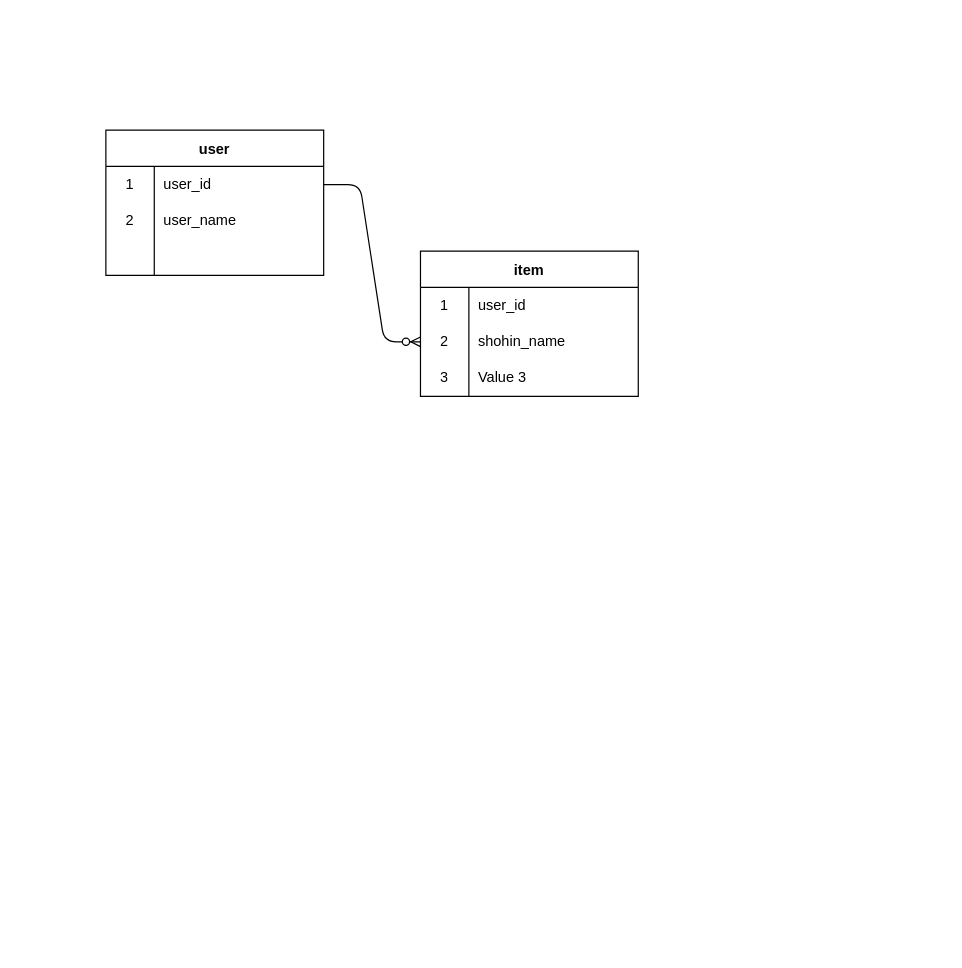
Above: ER.dio in tsujiyuma/furima-40329 (draw.io), before the change. Source tidied: cells renumbered, new cells numbered last; positions are measured from the earlier drawing's top-left corner, leaving out a move shared by most shapes. Both pictures are drawn from the tidied source at 121%, with x=0, y=0 at pixel (105, 129).
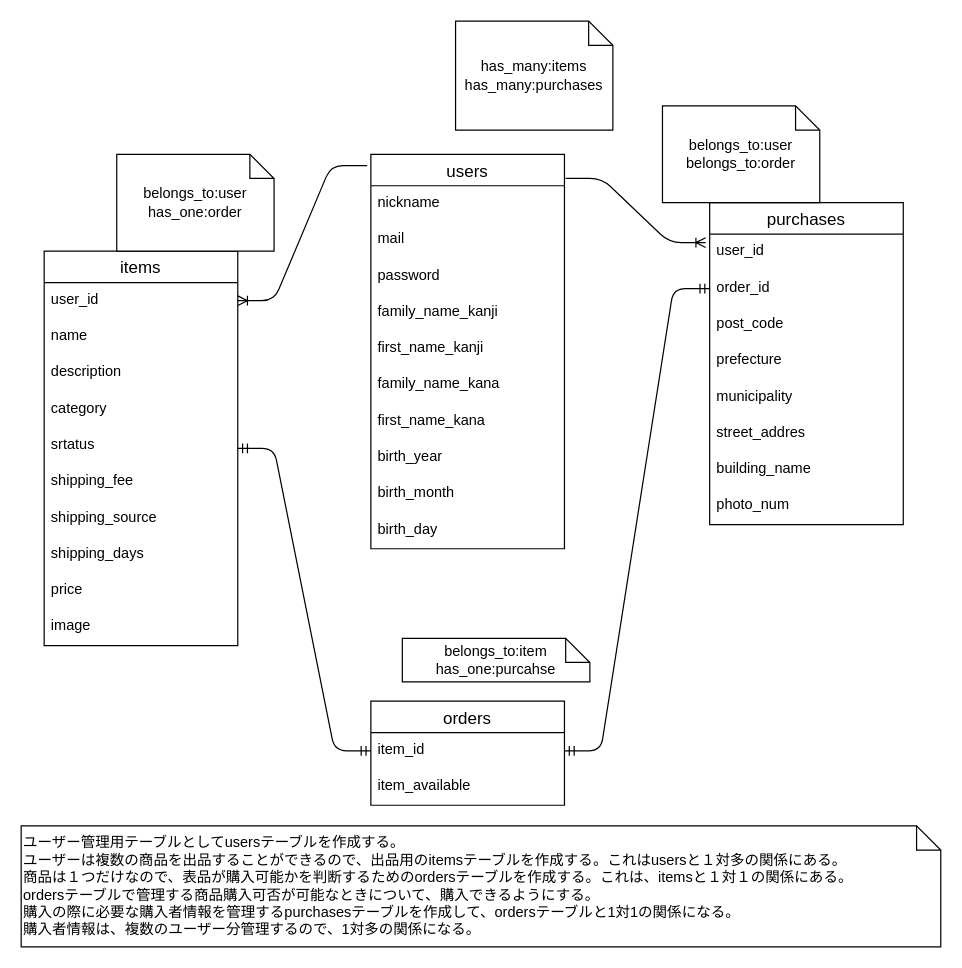
The same diagram, later.

The edit, as a diff of the source:
```diff
@@
-    <mxCell id="2" value="user" style="shape=table;startSize=30;childLayout=tableLayout;rowLines=0;fontStyle=1;" parent="1" vertex="1">
-      <mxGeometry width="180" height="120" as="geometry" />
-    </mxCell>
-    <mxCell id="3" style="shape=tableRow;horizontal=0;startSize=0;swimlaneHead=0;swimlaneBody=0;top=0;left=0;bottom=0;right=0;fillColor=none;points=[[0,0.5],[1,0.5]];portConstraint=eastwest;" parent="2" vertex="1">
-      <mxGeometry y="30" width="180" height="30" as="geometry" />
-    </mxCell>
-    <mxCell id="4" value="1" style="shape=partialRectangle;html=1;whiteSpace=wrap;fillColor=none;top=0;left=0;bottom=0;right=0;overflow=hidden;" parent="3" vertex="1">
-      <mxGeometry width="40" height="30" as="geometry" />
-    </mxCell>
-    <mxCell id="5" value="user_id" style="shape=partialRectangle;html=1;whiteSpace=wrap;fillColor=none;top=0;left=0;bottom=0;right=0;align=left;spacingLeft=6;overflow=hidden;" parent="3" vertex="1">
-      <mxGeometry x="40" width="140" height="30" as="geometry" />
-    </mxCell>
-    <mxCell id="6" style="shape=tableRow;horizontal=0;startSize=0;swimlaneHead=0;swimlaneBody=0;top=0;left=0;bottom=0;right=0;fillColor=none;" parent="2" vertex="1">
-      <mxGeometry y="60" width="180" height="30" as="geometry" />
-    </mxCell>
-    <mxCell id="7" value="2" style="shape=partialRectangle;html=1;whiteSpace=wrap;fillColor=none;top=0;left=0;bottom=0;right=0;overflow=hidden;" parent="6" vertex="1">
-      <mxGeometry width="40" height="30" as="geometry" />
-    </mxCell>
-    <mxCell id="8" value="user_name" style="shape=partialRectangle;html=1;whiteSpace=wrap;fillColor=none;top=0;left=0;bottom=0;right=0;align=left;spacingLeft=6;overflow=hidden;" parent="6" vertex="1">
-      <mxGeometry x="40" width="140" height="30" as="geometry" />
-    </mxCell>
-    <mxCell id="9" style="shape=tableRow;horizontal=0;startSize=0;swimlaneHead=0;swimlaneBody=0;top=0;left=0;bottom=0;right=0;fillColor=none;" parent="2" vertex="1">
-      <mxGeometry y="90" width="180" height="30" as="geometry" />
-    </mxCell>
-    <mxCell id="10" style="shape=partialRectangle;html=1;whiteSpace=wrap;fillColor=none;top=0;left=0;bottom=0;right=0;overflow=hidden;" parent="9" vertex="1">
-      <mxGeometry width="40" height="30" as="geometry" />
-    </mxCell>
-    <mxCell id="11" style="shape=partialRectangle;html=1;whiteSpace=wrap;fillColor=none;top=0;left=0;bottom=0;right=0;align=left;spacingLeft=6;overflow=hidden;" parent="9" vertex="1">
-      <mxGeometry x="40" width="140" height="30" as="geometry" />
-    </mxCell>
-    <mxCell id="12" value="item" style="shape=table;startSize=30;childLayout=tableLayout;rowLines=0;fontStyle=1;" parent="1" vertex="1">
-      <mxGeometry x="260" y="100" width="180" height="120" as="geometry" />
-    </mxCell>
-    <mxCell id="13" style="shape=tableRow;horizontal=0;startSize=0;swimlaneHead=0;swimlaneBody=0;top=0;left=0;bottom=0;right=0;fillColor=none;" parent="12" vertex="1">
-      <mxGeometry y="30" width="180" height="30" as="geometry" />
-    </mxCell>
-    <mxCell id="14" value="1" style="shape=partialRectangle;html=1;whiteSpace=wrap;fillColor=none;top=0;left=0;bottom=0;right=0;overflow=hidden;" parent="13" vertex="1">
-      <mxGeometry width="40" height="30" as="geometry" />
-    </mxCell>
-    <mxCell id="15" value="user_id" style="shape=partialRectangle;html=1;whiteSpace=wrap;fillColor=none;top=0;left=0;bottom=0;right=0;align=left;spacingLeft=6;overflow=hidden;" parent="13" vertex="1">
-      <mxGeometry x="40" width="140" height="30" as="geometry" />
-    </mxCell>
-    <mxCell id="16" style="shape=tableRow;horizontal=0;startSize=0;swimlaneHead=0;swimlaneBody=0;top=0;left=0;bottom=0;right=0;fillColor=none;points=[[0,0.5],[1,0.5]];portConstraint=eastwest;" parent="12" vertex="1">
-      <mxGeometry y="60" width="180" height="30" as="geometry" />
-    </mxCell>
-    <mxCell id="17" value="2" style="shape=partialRectangle;html=1;whiteSpace=wrap;fillColor=none;top=0;left=0;bottom=0;right=0;overflow=hidden;" parent="16" vertex="1">
-      <mxGeometry width="40" height="30" as="geometry" />
-    </mxCell>
-    <mxCell id="18" value="shohin_name" style="shape=partialRectangle;html=1;whiteSpace=wrap;fillColor=none;top=0;left=0;bottom=0;right=0;align=left;spacingLeft=6;overflow=hidden;" parent="16" vertex="1">
-      <mxGeometry x="40" width="140" height="30" as="geometry" />
-    </mxCell>
-    <mxCell id="19" style="shape=tableRow;horizontal=0;startSize=0;swimlaneHead=0;swimlaneBody=0;top=0;left=0;bottom=0;right=0;fillColor=none;" parent="12" vertex="1">
-      <mxGeometry y="90" width="180" height="30" as="geometry" />
-    </mxCell>
-    <mxCell id="20" value="3" style="shape=partialRectangle;html=1;whiteSpace=wrap;fillColor=none;top=0;left=0;bottom=0;right=0;overflow=hidden;" parent="19" vertex="1">
-      <mxGeometry width="40" height="30" as="geometry" />
-    </mxCell>
-    <mxCell id="21" value="Value 3" style="shape=partialRectangle;html=1;whiteSpace=wrap;fillColor=none;top=0;left=0;bottom=0;right=0;align=left;spacingLeft=6;overflow=hidden;" parent="19" vertex="1">
-      <mxGeometry x="40" width="140" height="30" as="geometry" />
-    </mxCell>
-    <mxCell id="22" style="edgeStyle=entityRelationEdgeStyle;fontSize=12;html=1;endArrow=ERzeroToMany;endFill=1;exitX=1;exitY=0.5;exitDx=0;exitDy=0;" parent="1" edge="1" source="3" target="16">
-      <mxGeometry relative="1" as="geometry" />
-    </mxCell>
+    <mxCell id="23" value="users" style="swimlane;fontStyle=0;horizontal=1;startSize=26;align=center;fontSize=14;" parent="1" vertex="1">
+      <mxGeometry x="219" y="20" width="160" height="326" as="geometry" />
+    </mxCell>
+    <mxCell id="24" value="nickname" style="text;strokeColor=none;fillColor=none;spacingLeft=4;spacingRight=4;overflow=hidden;fontSize=12;" parent="23" vertex="1">
+      <mxGeometry y="26" width="160" height="30" as="geometry" />
+    </mxCell>
+    <mxCell id="25" value="mail" style="text;strokeColor=none;fillColor=none;spacingLeft=4;spacingRight=4;overflow=hidden;fontSize=12;" parent="23" vertex="1">
+      <mxGeometry y="56" width="160" height="30" as="geometry" />
+    </mxCell>
+    <mxCell id="26" value="password" style="text;strokeColor=none;fillColor=none;spacingLeft=4;spacingRight=4;overflow=hidden;fontSize=12;" parent="23" vertex="1">
+      <mxGeometry y="86" width="160" height="30" as="geometry" />
+    </mxCell>
+    <mxCell id="27" value="family_name_kanji" style="text;strokeColor=none;fillColor=none;spacingLeft=4;spacingRight=4;overflow=hidden;fontSize=12;" parent="23" vertex="1">
+      <mxGeometry y="116" width="160" height="30" as="geometry" />
+    </mxCell>
+    <mxCell id="28" value="first_name_kanji" style="text;strokeColor=none;fillColor=none;spacingLeft=4;spacingRight=4;overflow=hidden;fontSize=12;" parent="23" vertex="1">
+      <mxGeometry y="146" width="160" height="30" as="geometry" />
+    </mxCell>
+    <mxCell id="29" value="family_name_kana" style="text;strokeColor=none;fillColor=none;spacingLeft=4;spacingRight=4;overflow=hidden;fontSize=12;" parent="23" vertex="1">
+      <mxGeometry y="176" width="160" height="30" as="geometry" />
+    </mxCell>
+    <mxCell id="30" value="first_name_kana" style="text;strokeColor=none;fillColor=none;spacingLeft=4;spacingRight=4;overflow=hidden;fontSize=12;" parent="23" vertex="1">
+      <mxGeometry y="206" width="160" height="30" as="geometry" />
+    </mxCell>
+    <mxCell id="31" value="birth_year" style="text;strokeColor=none;fillColor=none;spacingLeft=4;spacingRight=4;overflow=hidden;fontSize=12;" parent="23" vertex="1">
+      <mxGeometry y="236" width="160" height="30" as="geometry" />
+    </mxCell>
+    <mxCell id="32" value="birth_month" style="text;strokeColor=none;fillColor=none;spacingLeft=4;spacingRight=4;overflow=hidden;fontSize=12;" parent="23" vertex="1">
+      <mxGeometry y="266" width="160" height="30" as="geometry" />
+    </mxCell>
+    <mxCell id="33" value="birth_day" style="text;strokeColor=none;fillColor=none;spacingLeft=4;spacingRight=4;overflow=hidden;fontSize=12;" parent="23" vertex="1">
+      <mxGeometry y="296" width="160" height="30" as="geometry" />
+    </mxCell>
+    <mxCell id="34" value="items" style="swimlane;fontStyle=0;horizontal=1;startSize=26;align=center;fontSize=14;" parent="1" vertex="1">
+      <mxGeometry x="-51" y="100" width="160" height="326" as="geometry" />
+    </mxCell>
+    <mxCell id="35" value="user_id" style="text;strokeColor=none;fillColor=none;spacingLeft=4;spacingRight=4;overflow=hidden;points=[[0,0.5],[1,0.5]];portConstraint=eastwest;fontSize=12;" parent="34" vertex="1">
+      <mxGeometry y="26" width="160" height="30" as="geometry" />
+    </mxCell>
+    <mxCell id="36" value="name" style="text;strokeColor=none;fillColor=none;spacingLeft=4;spacingRight=4;overflow=hidden;fontSize=12;" parent="34" vertex="1">
+      <mxGeometry y="56" width="160" height="30" as="geometry" />
+    </mxCell>
+    <mxCell id="37" value="description" style="text;strokeColor=none;fillColor=none;spacingLeft=4;spacingRight=4;overflow=hidden;fontSize=12;" parent="34" vertex="1">
+      <mxGeometry y="86" width="160" height="30" as="geometry" />
+    </mxCell>
+    <mxCell id="38" value="category" style="text;strokeColor=none;fillColor=none;spacingLeft=4;spacingRight=4;overflow=hidden;fontSize=12;" parent="34" vertex="1">
+      <mxGeometry y="116" width="160" height="30" as="geometry" />
+    </mxCell>
+    <mxCell id="39" value="srtatus" style="text;strokeColor=none;fillColor=none;spacingLeft=4;spacingRight=4;overflow=hidden;fontSize=12;" parent="34" vertex="1">
+      <mxGeometry y="146" width="160" height="30" as="geometry" />
+    </mxCell>
+    <mxCell id="40" value="shipping_fee" style="text;strokeColor=none;fillColor=none;spacingLeft=4;spacingRight=4;overflow=hidden;fontSize=12;" parent="34" vertex="1">
+      <mxGeometry y="176" width="160" height="30" as="geometry" />
+    </mxCell>
+    <mxCell id="41" value="shipping_source" style="text;strokeColor=none;fillColor=none;spacingLeft=4;spacingRight=4;overflow=hidden;fontSize=12;" parent="34" vertex="1">
+      <mxGeometry y="206" width="160" height="30" as="geometry" />
+    </mxCell>
+    <mxCell id="42" value="shipping_days" style="text;strokeColor=none;fillColor=none;spacingLeft=4;spacingRight=4;overflow=hidden;fontSize=12;" parent="34" vertex="1">
+      <mxGeometry y="236" width="160" height="30" as="geometry" />
+    </mxCell>
+    <mxCell id="43" value="price" style="text;strokeColor=none;fillColor=none;spacingLeft=4;spacingRight=4;overflow=hidden;fontSize=12;" parent="34" vertex="1">
+      <mxGeometry y="266" width="160" height="30" as="geometry" />
+    </mxCell>
+    <mxCell id="44" value="image" style="text;strokeColor=none;fillColor=none;spacingLeft=4;spacingRight=4;overflow=hidden;fontSize=12;" parent="34" vertex="1">
+      <mxGeometry y="296" width="160" height="30" as="geometry" />
+    </mxCell>
+    <mxCell id="45" value="purchases" style="swimlane;fontStyle=0;horizontal=1;startSize=26;align=center;fontSize=14;" parent="1" vertex="1">
+      <mxGeometry x="499" y="60" width="160" height="266" as="geometry" />
+    </mxCell>
+    <mxCell id="46" value="user_id" style="text;strokeColor=none;fillColor=none;spacingLeft=4;spacingRight=4;overflow=hidden;points=[[0,0.5],[1,0.5]];portConstraint=eastwest;fontSize=12;" parent="45" vertex="1">
+      <mxGeometry y="26" width="160" height="30" as="geometry" />
+    </mxCell>
+    <mxCell id="47" value="order_id" style="text;strokeColor=none;fillColor=none;spacingLeft=4;spacingRight=4;overflow=hidden;points=[[0,0.5],[1,0.5]];portConstraint=eastwest;fontSize=12;" parent="45" vertex="1">
+      <mxGeometry y="56" width="160" height="30" as="geometry" />
+    </mxCell>
+    <mxCell id="48" value="post_code" style="text;strokeColor=none;fillColor=none;spacingLeft=4;spacingRight=4;overflow=hidden;fontSize=12;" parent="45" vertex="1">
+      <mxGeometry y="86" width="160" height="30" as="geometry" />
+    </mxCell>
+    <mxCell id="49" value="prefecture" style="text;strokeColor=none;fillColor=none;spacingLeft=4;spacingRight=4;overflow=hidden;fontSize=12;" parent="45" vertex="1">
+      <mxGeometry y="116" width="160" height="30" as="geometry" />
+    </mxCell>
+    <mxCell id="50" value="municipality" style="text;strokeColor=none;fillColor=none;spacingLeft=4;spacingRight=4;overflow=hidden;fontSize=12;" parent="45" vertex="1">
+      <mxGeometry y="146" width="160" height="30" as="geometry" />
+    </mxCell>
+    <mxCell id="51" value="street_addres" style="text;strokeColor=none;fillColor=none;spacingLeft=4;spacingRight=4;overflow=hidden;fontSize=12;" parent="45" vertex="1">
+      <mxGeometry y="176" width="160" height="30" as="geometry" />
+    </mxCell>
+    <mxCell id="52" value="building_name" style="text;strokeColor=none;fillColor=none;spacingLeft=4;spacingRight=4;overflow=hidden;fontSize=12;" parent="45" vertex="1">
+      <mxGeometry y="206" width="160" height="30" as="geometry" />
+    </mxCell>
+    <mxCell id="53" value="photo_num" style="text;strokeColor=none;fillColor=none;spacingLeft=4;spacingRight=4;overflow=hidden;fontSize=12;" parent="45" vertex="1">
+      <mxGeometry y="236" width="160" height="30" as="geometry" />
+    </mxCell>
+    <mxCell id="54" value="orders" style="swimlane;fontStyle=0;horizontal=1;startSize=26;align=center;fontSize=14;" parent="1" vertex="1">
+      <mxGeometry x="219" y="472" width="160" height="86" as="geometry" />
+    </mxCell>
+    <mxCell id="55" value="item_id" style="text;strokeColor=none;fillColor=none;spacingLeft=4;spacingRight=4;overflow=hidden;points=[[0,0.5],[1,0.5]];portConstraint=eastwest;fontSize=12;" parent="54" vertex="1">
+      <mxGeometry y="26" width="160" height="30" as="geometry" />
+    </mxCell>
+    <mxCell id="56" value="item_available" style="text;strokeColor=none;fillColor=none;spacingLeft=4;spacingRight=4;overflow=hidden;fontSize=12;" parent="54" vertex="1">
+      <mxGeometry y="56" width="160" height="30" as="geometry" />
+    </mxCell>
+    <mxCell id="57" style="edgeStyle=entityRelationEdgeStyle;fontSize=12;html=1;endArrow=ERmandOne;startArrow=ERmandOne;entryX=0;entryY=0.5;entryDx=0;entryDy=0;" parent="1" edge="1" source="34" target="55">
+      <mxGeometry relative="1" as="geometry" />
+    </mxCell>
+    <mxCell id="58" style="edgeStyle=entityRelationEdgeStyle;fontSize=12;html=1;endArrow=ERmandOne;startArrow=ERmandOne;entryX=0;entryY=0.5;entryDx=0;entryDy=0;exitX=1;exitY=0.5;exitDx=0;exitDy=0;" parent="1" edge="1" source="55" target="47">
+      <mxGeometry relative="1" as="geometry" />
+    </mxCell>
+    <mxCell id="59" style="edgeStyle=entityRelationEdgeStyle;fontSize=12;html=1;endArrow=ERoneToMany;exitX=-0.019;exitY=0.029;exitDx=0;exitDy=0;exitPerimeter=0;" parent="1" edge="1" source="23" target="35">
+      <mxGeometry relative="1" as="geometry" />
+    </mxCell>
+    <mxCell id="60" value="ユーザー管理用テーブルとしてusersテーブルを作成する。&lt;br&gt;ユーザーは複数の商品を出品することができるので、出品用のitemsテーブルを作成する。これはusersと１対多の関係にある。&lt;br&gt;商品は１つだけなので、表品が購入可能かを判断するためのordersテーブルを作成する。これは、itemsと１対１の関係にある。&lt;br&gt;ordersテーブルで管理する商品購入可否が可能なときについて、購入できるようにする。&lt;br&gt;購入の際に必要な購入者情報を管理するpurchasesテーブルを作成して、ordersテーブルと1対1の関係になる。&lt;br&gt;購入者情報は、複数のユーザー分管理するので、1対多の関係になる。" style="shape=note;size=20;whiteSpace=wrap;html=1;align=left;" parent="1" vertex="1">
+      <mxGeometry x="-70" y="575" width="760" height="100" as="geometry" />
+    </mxCell>
+    <mxCell id="61" value="has_many:items&lt;br&gt;has_many:purchases" style="shape=note;size=20;whiteSpace=wrap;html=1;" parent="1" vertex="1">
+      <mxGeometry x="289" y="-90" width="130" height="90" as="geometry" />
+    </mxCell>
+    <mxCell id="62" value="belongs_to:user&lt;br&gt;has_one:order" style="shape=note;size=20;whiteSpace=wrap;html=1;" parent="1" vertex="1">
+      <mxGeometry x="9" y="20" width="130" height="80" as="geometry" />
+    </mxCell>
+    <mxCell id="63" value="belongs_to:item&lt;br&gt;has_one:purcahse" style="shape=note;size=20;whiteSpace=wrap;html=1;" parent="1" vertex="1">
+      <mxGeometry x="245" y="420" width="155" height="36" as="geometry" />
+    </mxCell>
+    <mxCell id="64" value="belongs_to:user&lt;br&gt;belongs_to:order" style="shape=note;size=20;whiteSpace=wrap;html=1;" parent="1" vertex="1">
+      <mxGeometry x="460" y="-20" width="130" height="80" as="geometry" />
+    </mxCell>
+    <mxCell id="65" style="edgeStyle=entityRelationEdgeStyle;fontSize=12;html=1;endArrow=ERoneToMany;exitX=1.006;exitY=0.061;exitDx=0;exitDy=0;exitPerimeter=0;entryX=-0.021;entryY=0.233;entryDx=0;entryDy=0;entryPerimeter=0;" parent="1" edge="1" source="23" target="46">
+      <mxGeometry relative="1" as="geometry" />
+    </mxCell>
```
